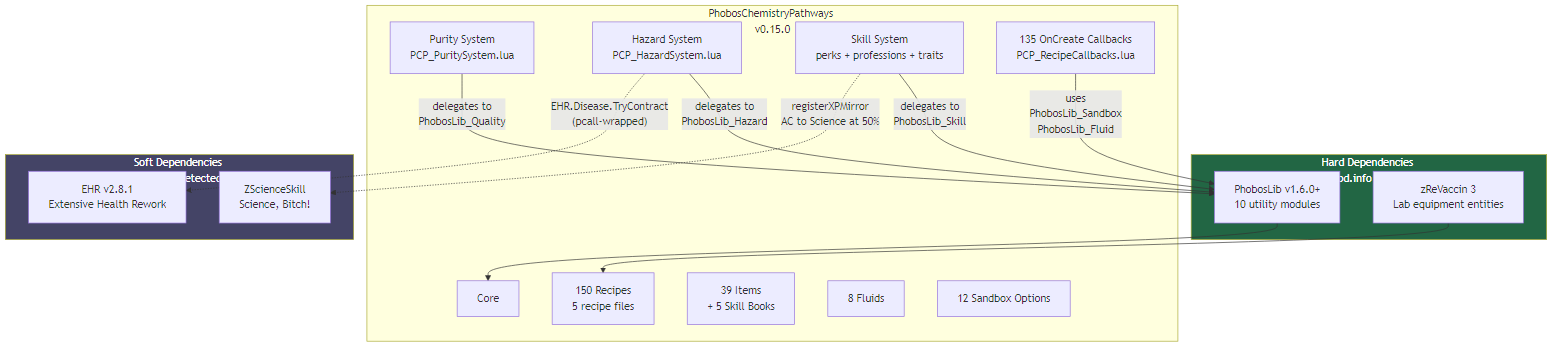
Before: docs/images/architecture.png, a diagram exported from Mermaid (phobos-dthorga/mod-pz-chemistry-pathways). Its source is kept beside it as docs/mermaid-src/architecture.mmd.
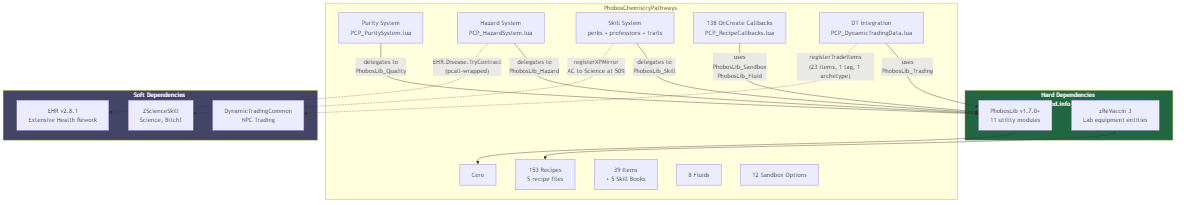
After the commit.

Diff of the diagram source:
```diff
@@ -1,24 +1,26 @@
 graph TB
     subgraph HARD["Hard Dependencies (mod.info require)"]
-        PL["PhobosLib v1.6.0+<br/>10 utility modules"]
+        PL["PhobosLib v1.7.0+<br/>11 utility modules"]
         ZR["zReVaccin 3<br/>Lab equipment entities"]
     end
 
-    subgraph PCP["PhobosChemistryPathways v0.15.0"]
+    subgraph PCP["PhobosChemistryPathways v0.16.0"]
         CORE["Core"]
-        REC["150 Recipes<br/>5 recipe files"]
+        REC["153 Recipes<br/>5 recipe files"]
         ITEMS["39 Items<br/>+ 5 Skill Books"]
         FLUIDS["8 Fluids"]
         SB["12 Sandbox Options"]
         PURITY["Purity System<br/>PCP_PuritySystem.lua"]
         HAZARD["Hazard System<br/>PCP_HazardSystem.lua"]
         SKILL["Skill System<br/>perks + professions + traits"]
-        CALLBACKS["135 OnCreate Callbacks<br/>PCP_RecipeCallbacks.lua"]
+        CALLBACKS["138 OnCreate Callbacks<br/>PCP_RecipeCallbacks.lua"]
+        TRADING["DT Integration<br/>PCP_DynamicTradingData.lua"]
     end
 
     subgraph SOFT["Soft Dependencies (runtime-detected)"]
         ZSS["ZScienceSkill<br/>Science, Bitch!"]
         EHR["EHR v2.8.1<br/>Extensive Health Rework"]
+        DT["DynamicTradingCommon<br/>NPC Trading"]
     end
 
     PL --> CORE
@@ -28,9 +30,11 @@
     HAZARD -->|"delegates to<br/>PhobosLib_Hazard"| PL
     SKILL -->|"delegates to<br/>PhobosLib_Skill"| PL
     CALLBACKS -->|"uses<br/>PhobosLib_Sandbox<br/>PhobosLib_Fluid"| PL
+    TRADING -->|"uses<br/>PhobosLib_Trading"| PL
 
     HAZARD -.->|"EHR.Disease.TryContract<br/>(pcall-wrapped)"| EHR
     SKILL -.->|"registerXPMirror<br/>AC to Science at 50%"| ZSS
+    TRADING -.->|"registerTradeItems<br/>(23 items, 1 tag, 1 archetype)"| DT
 
     style HARD fill:#264,color:#fff
     style SOFT fill:#446,color:#fff
```
